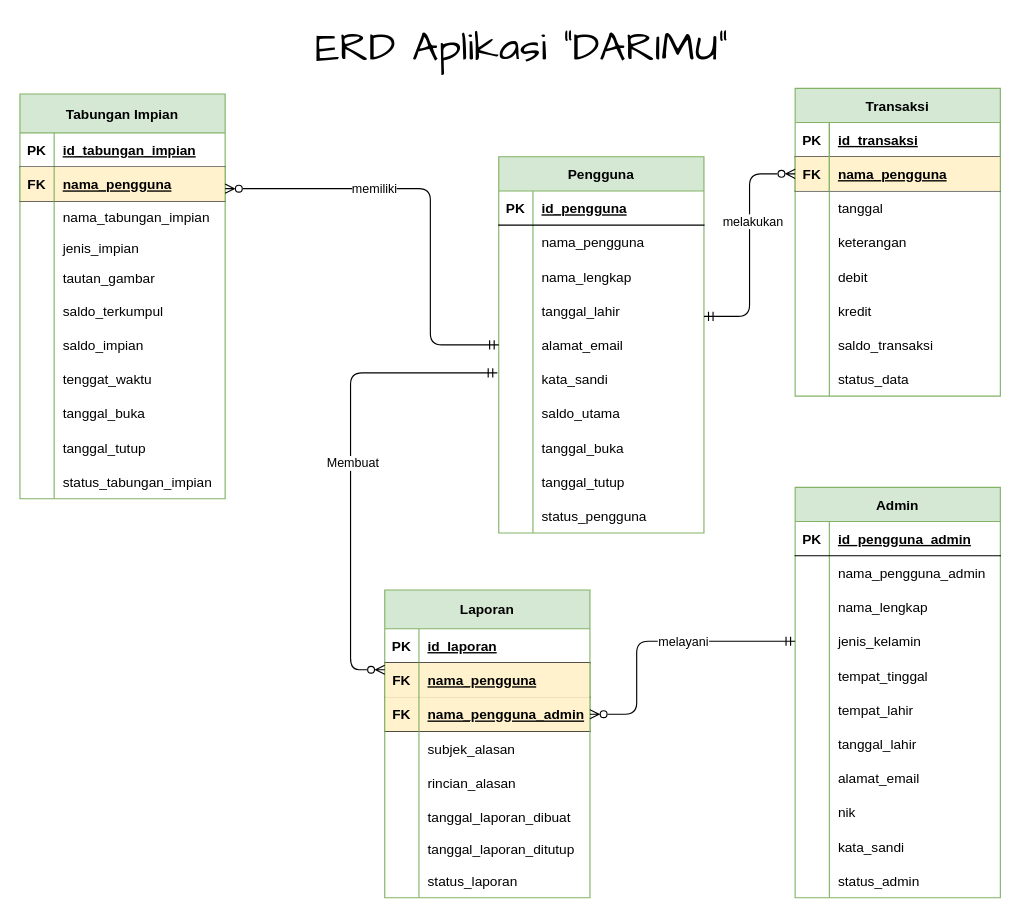
ammarsufyan/Darimu keeps this draw.io diagram as Database/ERD_Darimu.drawio. Above is the earlier version. Source tidied: cells renumbered, new cells numbered last; positions are measured from the earlier drawing's top-left corner, leaving out a move shared by most shapes. Both pictures are drawn from the tidied source at 114%, with x=0, y=0 at pixel (19, 31).
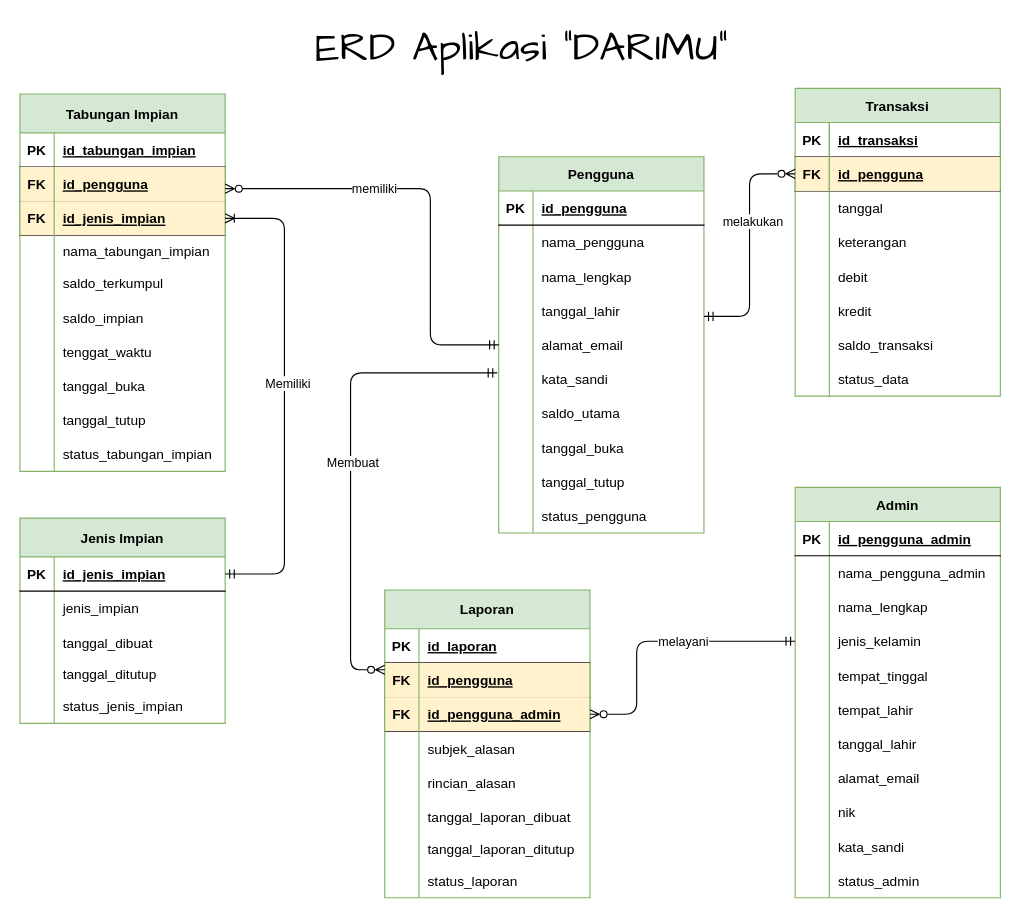
Above is the later version.

Commit message (it also covers changes not shown here):
update ERD, SQL

The change refers to these unchanged cells:
```xml
<mxCell id="37" style="shape=partialRectangle;fillColor=none;top=0;left=0;bottom=1;right=0;points=[[0,0.5],[1,0.5]];portConstraint=eastwest;" parent="33" vertex="1">
  <mxGeometry y="60" width="180" height="30" as="geometry" />
</mxCell>
<mxCell id="62" style="shape=partialRectangle;fillColor=none;top=0;left=0;bottom=1;right=0;points=[[0,0.5],[1,0.5]];portConstraint=eastwest;" parent="58" vertex="1">
  <mxGeometry y="64" width="180" height="30" as="geometry" />
</mxCell>
<mxCell id="96" style="shape=partialRectangle;fillColor=none;top=0;left=0;bottom=1;right=0;points=[[0,0.5],[1,0.5]];portConstraint=eastwest;" parent="92" vertex="1">
  <mxGeometry y="64" width="180" height="30" as="geometry" />
</mxCell>
<mxCell id="99" style="shape=partialRectangle;fillColor=none;top=0;left=0;bottom=1;right=0;points=[[0,0.5],[1,0.5]];portConstraint=eastwest;" parent="92" vertex="1">
  <mxGeometry y="94" width="180" height="30" as="geometry" />
</mxCell>
```

The edit, as a diff of the source:
```diff
@@
-    <mxCell id="39" value="nama_pengguna" style="shape=partialRectangle;fillColor=#fff2cc;top=0;left=1;bottom=0;right=1;align=left;spacingLeft=6;fontStyle=5;overflow=hidden;strokeColor=#82B366;" parent="37" vertex="1">
+    <mxCell id="39" value="id_pengguna" style="shape=partialRectangle;fillColor=#fff2cc;top=0;left=1;bottom=0;right=1;align=left;spacingLeft=6;fontStyle=5;overflow=hidden;strokeColor=#82B366;" parent="37" vertex="1">
       <mxGeometry x="30" width="150" height="30" as="geometry" />
     </mxCell>
@@
     <mxCell id="58" value="Tabungan Impian" style="shape=table;startSize=34;childLayout=tableLayout;rowLines=0;fontStyle=1;align=center;fillColor=#d5e8d4;strokeColor=#82b366;" parent="1" vertex="1">
-      <mxGeometry y="55" width="180" height="355" as="geometry" />
+      <mxGeometry y="55" width="180" height="331" as="geometry" />
     </mxCell>
@@
-    <mxCell id="64" value="nama_pengguna" style="shape=partialRectangle;fillColor=#fff2cc;top=0;left=1;bottom=0;right=1;align=left;spacingLeft=6;fontStyle=5;overflow=hidden;strokeColor=#82B366;" parent="62" vertex="1">
+    <mxCell id="64" value="id_pengguna" style="shape=partialRectangle;fillColor=#fff2cc;top=0;left=1;bottom=0;right=1;align=left;spacingLeft=6;fontStyle=5;overflow=hidden;strokeColor=#82B366;" parent="62" vertex="1">
       <mxGeometry x="30" width="150" height="30" as="geometry" />
     </mxCell>
-    <mxCell id="65" style="shape=partialRectangle;fillColor=none;top=0;left=0;bottom=0;right=0;" parent="58" vertex="1">
-      <mxGeometry y="94" width="180" height="27" as="geometry" />
-    </mxCell>
-    <mxCell id="66" style="shape=partialRectangle;fillColor=none;top=0;left=0;bottom=0;right=0;overflow=hidden;" parent="65" vertex="1">
-      <mxGeometry width="30" height="27" as="geometry" />
-    </mxCell>
-    <mxCell id="67" value="nama_tabungan_impian" style="shape=partialRectangle;fillColor=none;top=0;left=0;bottom=0;right=0;align=left;spacingLeft=6;overflow=hidden;" parent="65" vertex="1">
-      <mxGeometry x="30" width="150" height="27" as="geometry" />
-    </mxCell>
+    <mxCell id="160" style="shape=partialRectangle;fillColor=none;top=0;left=0;bottom=1;right=0;points=[[0,0.5],[1,0.5]];portConstraint=eastwest;" parent="58" vertex="1">
+      <mxGeometry y="94" width="180" height="30" as="geometry" />
+    </mxCell>
+    <mxCell id="161" value="FK" style="shape=partialRectangle;fillColor=#fff2cc;top=0;left=1;bottom=0;right=0;fontStyle=1;overflow=hidden;strokeColor=#82B366;" parent="160" vertex="1">
+      <mxGeometry width="30" height="30" as="geometry" />
+    </mxCell>
+    <mxCell id="162" value="id_jenis_impian" style="shape=partialRectangle;fillColor=#fff2cc;top=0;left=1;bottom=0;right=1;align=left;spacingLeft=6;fontStyle=5;overflow=hidden;strokeColor=#82B366;" parent="160" vertex="1">
+      <mxGeometry x="30" width="150" height="30" as="geometry" />
+    </mxCell>
     <mxCell id="68" style="shape=partialRectangle;fillColor=none;top=0;left=0;bottom=0;right=0;points=[[0,0.5],[1,0.5]];portConstraint=eastwest;" parent="58" vertex="1">
-      <mxGeometry y="121" width="180" height="27" as="geometry" />
+      <mxGeometry y="124" width="180" height="27" as="geometry" />
     </mxCell>
@@
-    <mxCell id="70" value="jenis_impian" style="shape=partialRectangle;fillColor=none;top=0;left=0;bottom=0;right=0;align=left;spacingLeft=6;overflow=hidden;" parent="68" vertex="1">
+    <mxCell id="70" value="nama_tabungan_impian" style="shape=partialRectangle;fillColor=none;top=0;left=0;bottom=0;right=0;align=left;spacingLeft=6;overflow=hidden;" parent="68" vertex="1">
       <mxGeometry x="30" width="150" height="27" as="geometry" />
     </mxCell>
-    <mxCell id="71" style="shape=partialRectangle;fillColor=none;top=0;left=0;bottom=0;right=0;" parent="58" vertex="1">
-      <mxGeometry y="148" width="180" height="27" as="geometry" />
-    </mxCell>
-    <mxCell id="72" style="shape=partialRectangle;fillColor=none;top=0;left=0;bottom=0;right=0;overflow=hidden;" parent="71" vertex="1">
-      <mxGeometry width="30" height="27" as="geometry" />
-    </mxCell>
-    <mxCell id="73" value="tautan_gambar" style="shape=partialRectangle;fillColor=none;top=0;left=0;bottom=0;right=0;align=left;spacingLeft=6;overflow=hidden;" parent="71" vertex="1">
-      <mxGeometry x="30" width="150" height="27" as="geometry" />
-    </mxCell>
     <mxCell id="74" style="shape=partialRectangle;fillColor=none;top=0;left=0;bottom=0;right=0;" parent="58" vertex="1">
-      <mxGeometry y="175" width="180" height="30" as="geometry" />
+      <mxGeometry y="151" width="180" height="30" as="geometry" />
     </mxCell>
@@
     <mxCell id="77" style="shape=partialRectangle;fillColor=none;top=0;left=0;bottom=0;right=0;" parent="58" vertex="1">
-      <mxGeometry y="205" width="180" height="30" as="geometry" />
+      <mxGeometry y="181" width="180" height="30" as="geometry" />
     </mxCell>
@@
     <mxCell id="80" style="shape=partialRectangle;fillColor=none;top=0;left=0;bottom=0;right=0;" parent="58" vertex="1">
-      <mxGeometry y="235" width="180" height="30" as="geometry" />
+      <mxGeometry y="211" width="180" height="30" as="geometry" />
     </mxCell>
@@
     <mxCell id="83" style="shape=partialRectangle;fillColor=none;top=0;left=0;bottom=0;right=0;" parent="58" vertex="1">
-      <mxGeometry y="265" width="180" height="30" as="geometry" />
+      <mxGeometry y="241" width="180" height="30" as="geometry" />
     </mxCell>
@@
     <mxCell id="86" style="shape=partialRectangle;fillColor=none;top=0;left=0;bottom=0;right=0;" parent="58" vertex="1">
-      <mxGeometry y="295" width="180" height="30" as="geometry" />
+      <mxGeometry y="271" width="180" height="30" as="geometry" />
     </mxCell>
@@
     <mxCell id="89" style="shape=partialRectangle;fillColor=none;top=0;left=0;bottom=0;right=0;" parent="58" vertex="1">
-      <mxGeometry y="325" width="180" height="30" as="geometry" />
+      <mxGeometry y="301" width="180" height="30" as="geometry" />
     </mxCell>
@@
-    <mxCell id="98" value="nama_pengguna" style="shape=partialRectangle;fillColor=#fff2cc;top=0;left=1;bottom=0;right=1;align=left;spacingLeft=6;fontStyle=5;overflow=hidden;strokeColor=#82B366;" parent="96" vertex="1">
+    <mxCell id="98" value="id_pengguna" style="shape=partialRectangle;fillColor=#fff2cc;top=0;left=1;bottom=0;right=1;align=left;spacingLeft=6;fontStyle=5;overflow=hidden;strokeColor=#82B366;" parent="96" vertex="1">
       <mxGeometry x="30" width="150" height="30" as="geometry" />
     </mxCell>
@@
-    <mxCell id="101" value="nama_pengguna_admin" style="shape=partialRectangle;fillColor=#fff2cc;top=0;left=1;bottom=0;right=1;align=left;spacingLeft=6;fontStyle=5;overflow=hidden;strokeColor=#82B366;" parent="99" vertex="1">
+    <mxCell id="101" value="id_pengguna_admin" style="shape=partialRectangle;fillColor=#fff2cc;top=0;left=1;bottom=0;right=1;align=left;spacingLeft=6;fontStyle=5;overflow=hidden;strokeColor=#82B366;" parent="99" vertex="1">
       <mxGeometry x="30" width="150" height="30" as="geometry" />
     </mxCell>
@@
+    <mxCell id="163" value="Jenis Impian" style="shape=table;startSize=34;childLayout=tableLayout;rowLines=0;fontStyle=1;align=center;fillColor=#d5e8d4;strokeColor=#82b366;" parent="1" vertex="1">
+      <mxGeometry y="427" width="180" height="180" as="geometry" />
+    </mxCell>
+    <mxCell id="164" style="shape=partialRectangle;fillColor=none;top=0;left=0;bottom=1;right=0;points=[[0,0.5],[1,0.5]];portConstraint=eastwest;" parent="163" vertex="1">
+      <mxGeometry y="34" width="180" height="30" as="geometry" />
+    </mxCell>
+    <mxCell id="165" value="PK" style="shape=partialRectangle;fillColor=none;top=0;left=0;bottom=0;right=0;fontStyle=1;overflow=hidden;" parent="164" vertex="1">
+      <mxGeometry width="30" height="30" as="geometry" />
+    </mxCell>
+    <mxCell id="166" value="id_jenis_impian" style="shape=partialRectangle;fillColor=none;top=0;left=0;bottom=0;right=0;align=left;spacingLeft=6;fontStyle=5;overflow=hidden;" parent="164" vertex="1">
+      <mxGeometry x="30" width="150" height="30" as="geometry" />
+    </mxCell>
+    <mxCell id="167" style="shape=partialRectangle;fillColor=none;top=0;left=0;bottom=0;right=0;" parent="163" vertex="1">
+      <mxGeometry y="64" width="180" height="30" as="geometry" />
+    </mxCell>
+    <mxCell id="168" style="shape=partialRectangle;fillColor=none;top=0;left=0;bottom=0;right=0;overflow=hidden;" parent="167" vertex="1">
+      <mxGeometry width="30" height="30" as="geometry" />
+    </mxCell>
+    <mxCell id="169" value="jenis_impian" style="shape=partialRectangle;fillColor=none;top=0;left=0;bottom=0;right=0;align=left;spacingLeft=6;overflow=hidden;" parent="167" vertex="1">
+      <mxGeometry x="30" width="150" height="30" as="geometry" />
+    </mxCell>
+    <mxCell id="170" style="shape=partialRectangle;fillColor=none;top=0;left=0;bottom=0;right=0;" parent="163" vertex="1">
+      <mxGeometry y="94" width="180" height="30" as="geometry" />
+    </mxCell>
+    <mxCell id="171" style="shape=partialRectangle;fillColor=none;top=0;left=0;bottom=0;right=0;overflow=hidden;" parent="170" vertex="1">
+      <mxGeometry width="30" height="30" as="geometry" />
+    </mxCell>
+    <mxCell id="172" value="tanggal_dibuat" style="shape=partialRectangle;fillColor=none;top=0;left=0;bottom=0;right=0;align=left;spacingLeft=6;overflow=hidden;" parent="170" vertex="1">
+      <mxGeometry x="30" width="150" height="30" as="geometry" />
+    </mxCell>
+    <mxCell id="173" style="shape=partialRectangle;fillColor=none;top=0;left=0;bottom=0;right=0;" parent="163" vertex="1">
+      <mxGeometry y="124" width="180" height="26" as="geometry" />
+    </mxCell>
+    <mxCell id="174" style="shape=partialRectangle;fillColor=none;top=0;left=0;bottom=0;right=0;overflow=hidden;" parent="173" vertex="1">
+      <mxGeometry width="30" height="26" as="geometry" />
+    </mxCell>
+    <mxCell id="175" value="tanggal_ditutup" style="shape=partialRectangle;fillColor=none;top=0;left=0;bottom=0;right=0;align=left;spacingLeft=6;overflow=hidden;" parent="173" vertex="1">
+      <mxGeometry x="30" width="150" height="26" as="geometry" />
+    </mxCell>
+    <mxCell id="176" style="shape=partialRectangle;fillColor=none;top=0;left=0;bottom=0;right=0;" parent="163" vertex="1">
+      <mxGeometry y="150" width="180" height="30" as="geometry" />
+    </mxCell>
+    <mxCell id="177" style="shape=partialRectangle;fillColor=none;top=0;left=0;bottom=0;right=0;overflow=hidden;" parent="176" vertex="1">
+      <mxGeometry width="30" height="30" as="geometry" />
+    </mxCell>
+    <mxCell id="178" value="status_jenis_impian" style="shape=partialRectangle;fillColor=none;top=0;left=0;bottom=0;right=0;align=left;spacingLeft=6;overflow=hidden;" parent="176" vertex="1">
+      <mxGeometry x="30" width="150" height="30" as="geometry" />
+    </mxCell>
+    <mxCell id="179" style="edgeStyle=orthogonalEdgeStyle;rounded=0;jettySize=auto;html=1;endArrow=ERoneToMany;endFill=0;startArrow=ERmandOne;startFill=0;" parent="1" edge="1" source="68">
+      <mxGeometry relative="1" as="geometry">
+        <Array as="points">
+          <mxPoint x="-30" y="189" />
+          <mxPoint x="-30" y="649" />
+        </Array>
+      </mxGeometry>
+    </mxCell>
+    <mxCell id="180" style="edgeStyle=orthogonalEdgeStyle;rounded=0;orthogonalLoop=1;jettySize=auto;html=1;entryX=1;entryY=0.5;entryDx=0;entryDy=0;endArrow=ERoneToMany;endFill=0;startArrow=ERmandOne;startFill=0;" parent="1" edge="1">
+      <mxGeometry relative="1" as="geometry">
+        <Array as="points">
+          <mxPoint x="240" y="217" />
+          <mxPoint x="240" y="679" />
+        </Array>
+      </mxGeometry>
+    </mxCell>
@@
+    <mxCell id="181" style="edgeStyle=orthogonalEdgeStyle;rounded=1;jettySize=auto;html=1;endArrow=ERoneToMany;endFill=0;startArrow=ERmandOne;startFill=0;exitX=1;exitY=0.5;exitDx=0;exitDy=0;" parent="1" edge="1" source="164" target="160">
+      <mxGeometry relative="1" as="geometry">
+        <Array as="points">
+          <mxPoint x="232" y="476" />
+          <mxPoint x="232" y="164" />
+        </Array>
+      </mxGeometry>
+    </mxCell>
+    <mxCell id="182" value="Memiliki" style="edgeLabel;html=1;align=center;verticalAlign=middle;" parent="181" vertex="1">
+      <mxGeometry x="0.06" y="-2" relative="1" as="geometry" />
+    </mxCell>
```
